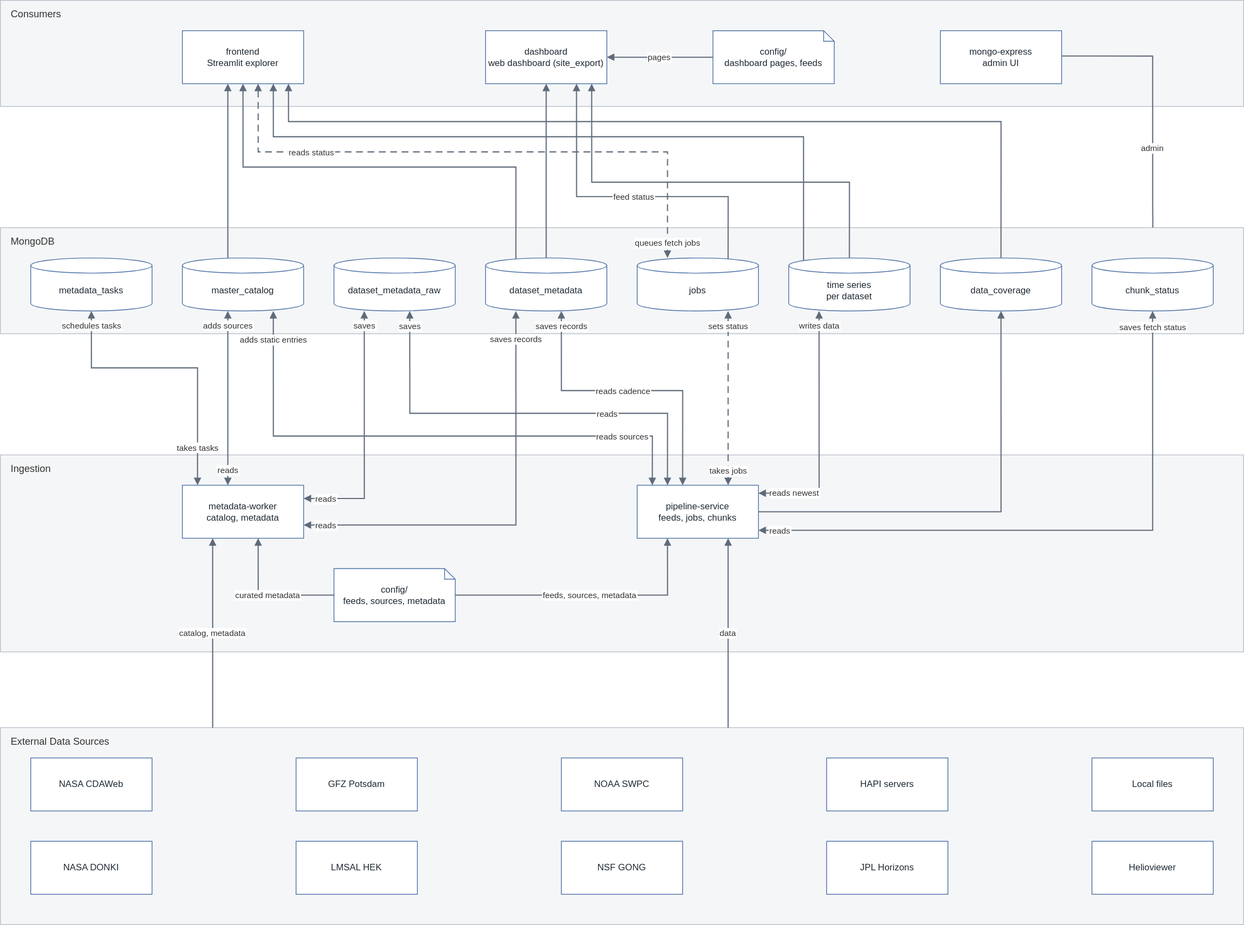
Arduel1/space_weather_analysis keeps this draw.io diagram as docs/architecture.drawio.svg. Above is the earlier version. Source tidied: cells renumbered, new cells last; positions are measured from the earlier drawing's top-left corner, leaving out a move shared by most shapes.
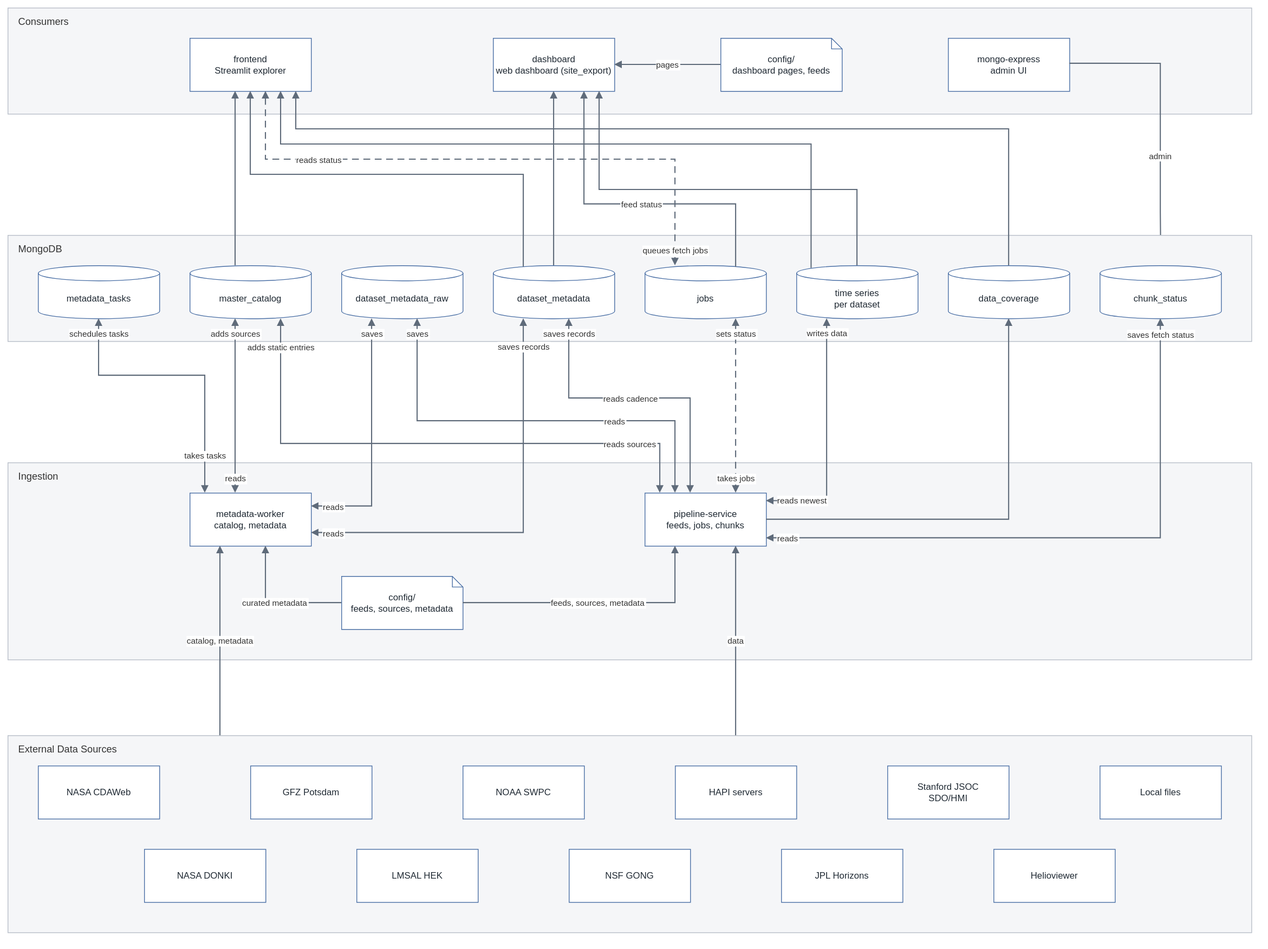
The same file after the commit.

Diff of the diagram source:
```diff
@@ -63,31 +63,34 @@
       <mxGeometry x="40" y="40" width="160" height="70" as="geometry" />
     </mxCell>
     <mxCell id="22" value="GFZ Potsdam" style="rounded=0;arcSize=8;whiteSpace=wrap;html=0;fillColor=#FFFFFF;strokeColor=#4A6FA5;fontColor=#1F2933;fontSize=12;" parent="20" vertex="1">
-      <mxGeometry x="390" y="40" width="160" height="70" as="geometry" />
+      <mxGeometry x="320" y="40" width="160" height="70" as="geometry" />
     </mxCell>
     <mxCell id="23" value="NOAA SWPC" style="rounded=0;arcSize=8;whiteSpace=wrap;html=0;fillColor=#FFFFFF;strokeColor=#4A6FA5;fontColor=#1F2933;fontSize=12;" parent="20" vertex="1">
-      <mxGeometry x="740" y="40" width="160" height="70" as="geometry" />
+      <mxGeometry x="600" y="40" width="160" height="70" as="geometry" />
     </mxCell>
     <mxCell id="24" value="HAPI servers" style="rounded=0;arcSize=8;whiteSpace=wrap;html=0;fillColor=#FFFFFF;strokeColor=#4A6FA5;fontColor=#1F2933;fontSize=12;" parent="20" vertex="1">
-      <mxGeometry x="1090" y="40" width="160" height="70" as="geometry" />
+      <mxGeometry x="880" y="40" width="160" height="70" as="geometry" />
     </mxCell>
+    <mxCell id="78" value="Stanford JSOC&#10;SDO/HMI" style="rounded=0;arcSize=8;whiteSpace=wrap;html=0;fillColor=#FFFFFF;strokeColor=#4A6FA5;fontColor=#1F2933;fontSize=12;" parent="20" vertex="1">
+      <mxGeometry x="1160" y="40" width="160" height="70" as="geometry" />
+    </mxCell>
     <mxCell id="25" value="Local files" style="rounded=0;arcSize=8;whiteSpace=wrap;html=0;fillColor=#FFFFFF;strokeColor=#4A6FA5;fontColor=#1F2933;fontSize=12;" parent="20" vertex="1">
       <mxGeometry x="1440" y="40" width="160" height="70" as="geometry" />
     </mxCell>
     <mxCell id="26" value="NASA DONKI" style="rounded=0;arcSize=8;whiteSpace=wrap;html=0;fillColor=#FFFFFF;strokeColor=#4A6FA5;fontColor=#1F2933;fontSize=12;" parent="20" vertex="1">
-      <mxGeometry x="40" y="150" width="160" height="70" as="geometry" />
+      <mxGeometry x="180" y="150" width="160" height="70" as="geometry" />
     </mxCell>
     <mxCell id="27" value="LMSAL HEK" style="rounded=0;arcSize=8;whiteSpace=wrap;html=0;fillColor=#FFFFFF;strokeColor=#4A6FA5;fontColor=#1F2933;fontSize=12;" parent="20" vertex="1">
-      <mxGeometry x="390" y="150" width="160" height="70" as="geometry" />
+      <mxGeometry x="460" y="150" width="160" height="70" as="geometry" />
     </mxCell>
     <mxCell id="28" value="NSF GONG" style="rounded=0;arcSize=8;whiteSpace=wrap;html=0;fillColor=#FFFFFF;strokeColor=#4A6FA5;fontColor=#1F2933;fontSize=12;" parent="20" vertex="1">
       <mxGeometry x="740" y="150" width="160" height="70" as="geometry" />
     </mxCell>
     <mxCell id="29" value="JPL Horizons" style="rounded=0;arcSize=8;whiteSpace=wrap;html=0;fillColor=#FFFFFF;strokeColor=#4A6FA5;fontColor=#1F2933;fontSize=12;" parent="20" vertex="1">
-      <mxGeometry x="1090" y="150" width="160" height="70" as="geometry" />
+      <mxGeometry x="1020" y="150" width="160" height="70" as="geometry" />
     </mxCell>
     <mxCell id="30" value="Helioviewer" style="rounded=0;arcSize=8;whiteSpace=wrap;html=0;fillColor=#FFFFFF;strokeColor=#4A6FA5;fontColor=#1F2933;fontSize=12;" parent="20" vertex="1">
-      <mxGeometry x="1440" y="150" width="160" height="70" as="geometry" />
+      <mxGeometry x="1300" y="150" width="160" height="70" as="geometry" />
     </mxCell>
     <mxCell id="31" style="edgeStyle=orthogonalEdgeStyle;rounded=0;html=0;strokeColor=#5F6B7A;strokeWidth=1.5;endArrow=block;endFill=1;fontSize=11;fontColor=#333333;labelBackgroundColor=#FFFFFF;exitX=0.375;exitY=0;exitDx=0;exitDy=0;exitPerimeter=0;entryX=0.375;entryY=1;entryDx=0;entryDy=0;entryPerimeter=0;" parent="1" edge="1" source="9" target="3">
       <mxGeometry relative="1" as="geometry" />
```
